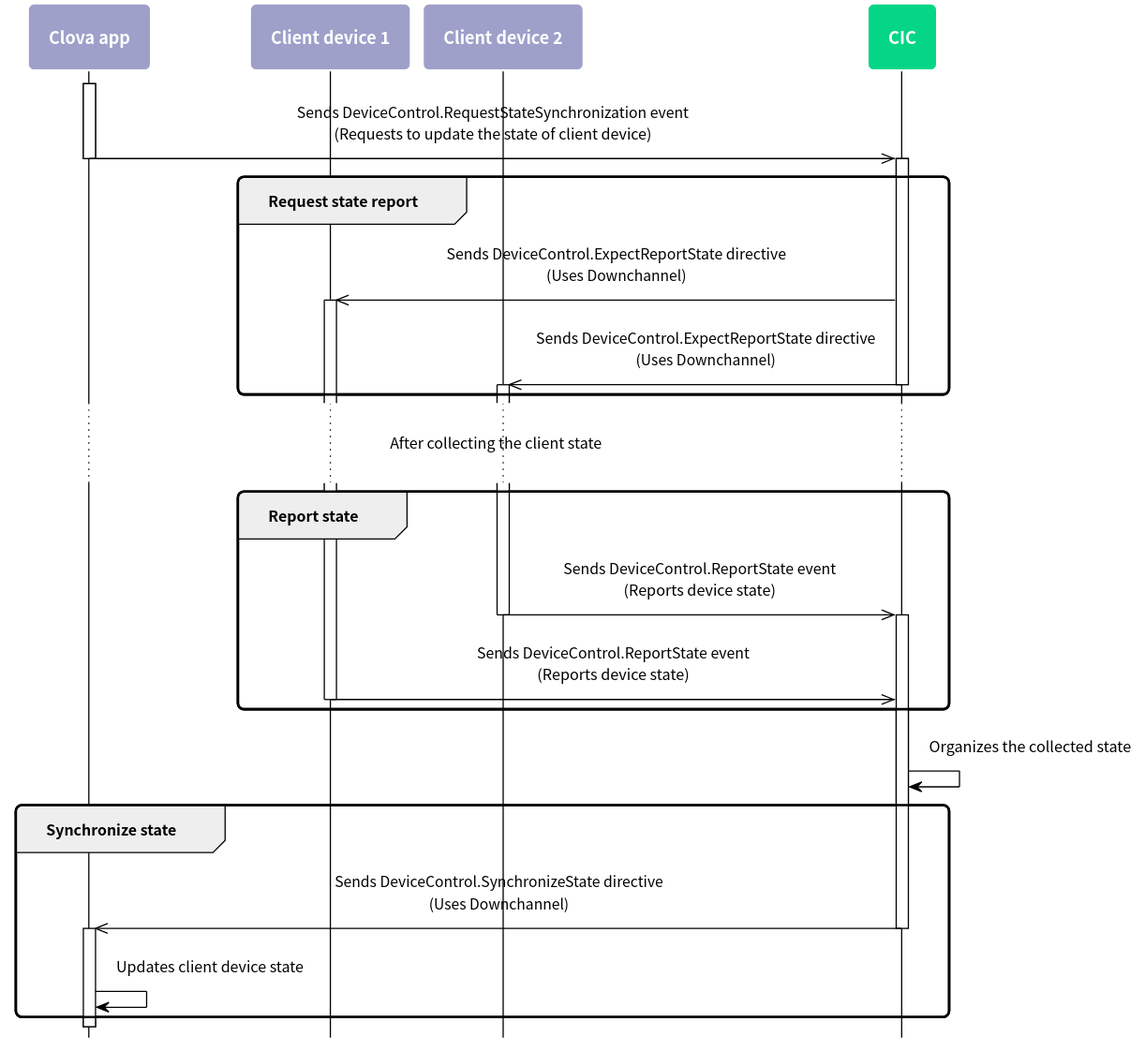
The PlantUML diagram en-KR/Develop/Assets/Images/CIC_DeviceControl_Work_Flow2.svg in muchokwon/clova-client-developer-guide, before a commit.
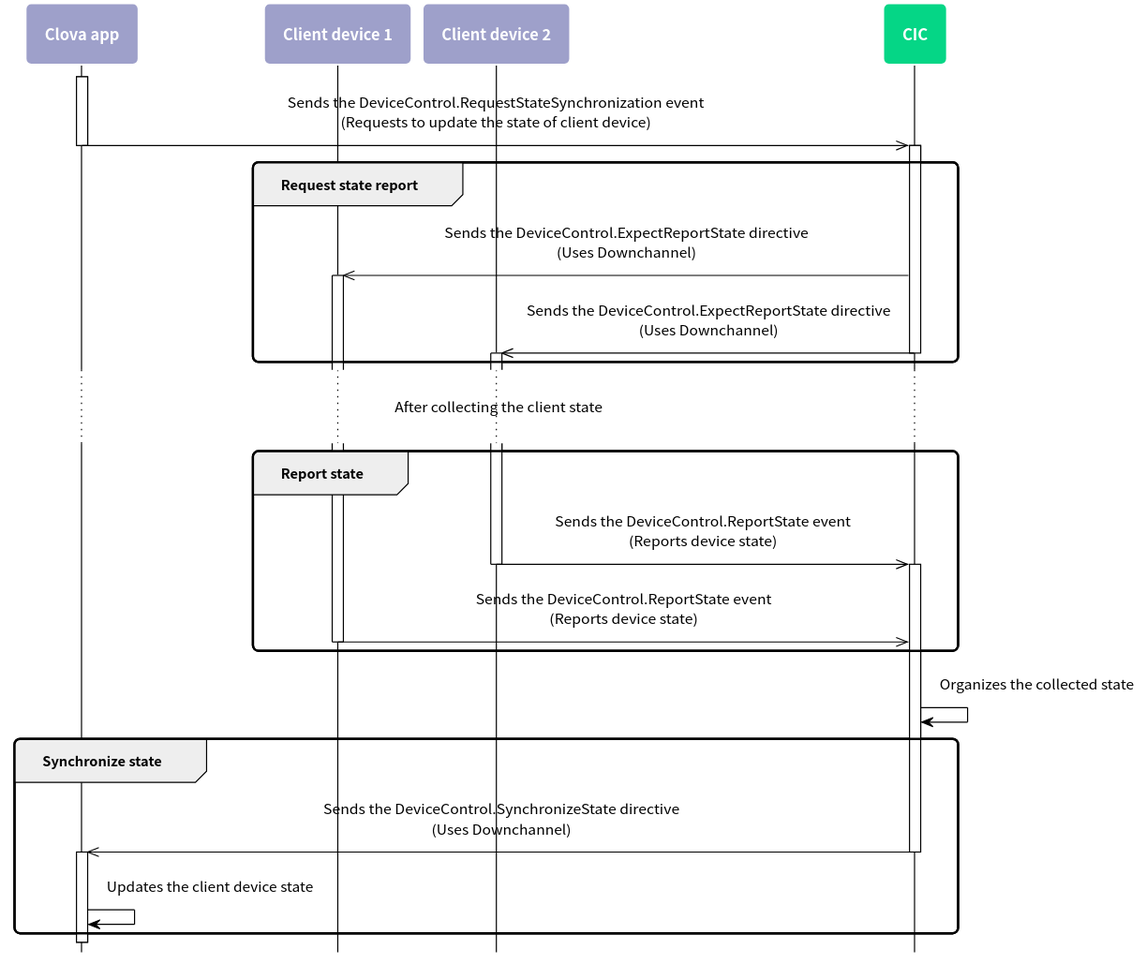
After the change.

Change to the diagram source:
```diff
@@ -55,17 +55,17 @@
 participant CIC as cic #05D686
 
 activate ca
-  ca ->> cic : Sends DeviceControl.RequestStateSynchronization event\n(Requests to update the state of client device)
+  ca ->> cic : Sends the DeviceControl.RequestStateSynchronization event\n(Requests to update the state of client device)
 deactivate ca
 
 group Request state report
 
   activate cic
 
-    cic ->> cli1 : Sends DeviceControl.ExpectReportState directive\n(Uses Downchannel)
+    cic ->> cli1 : Sends the DeviceControl.ExpectReportState directive\n(Uses Downchannel)
     activate cli1
 
-    cic ->> cli2 : Sends DeviceControl.ExpectReportState directive\n(Uses Downchannel)
+    cic ->> cli2 : Sends the DeviceControl.ExpectReportState directive\n(Uses Downchannel)
   deactivate cic
     activate cli2
 
@@ -75,11 +75,11 @@
 
 group Report state
 
-    cli2 ->> cic : Sends DeviceControl.ReportState event\n(Reports device state)
+    cli2 ->> cic : Sends the DeviceControl.ReportState event\n(Reports device state)
     deactivate cli2
   activate cic
 
-    cli1 ->> cic : Sends DeviceControl.ReportState event\n(Reports device state)
+    cli1 ->> cic : Sends the DeviceControl.ReportState event\n(Reports device state)
     deactivate cli1
 
 end
@@ -87,11 +87,11 @@
     cic -> cic : Organizes the collected state
 group Synchronize state
 
-    cic ->> ca : Sends DeviceControl.SynchronizeState directive\n(Uses Downchannel)
+    cic ->> ca : Sends the DeviceControl.SynchronizeState directive\n(Uses Downchannel)
 	deactivate cic
     activate ca
 
-    ca -> ca : Updates client device state
+    ca -> ca : Updates the client device state
 
 end
 
```
